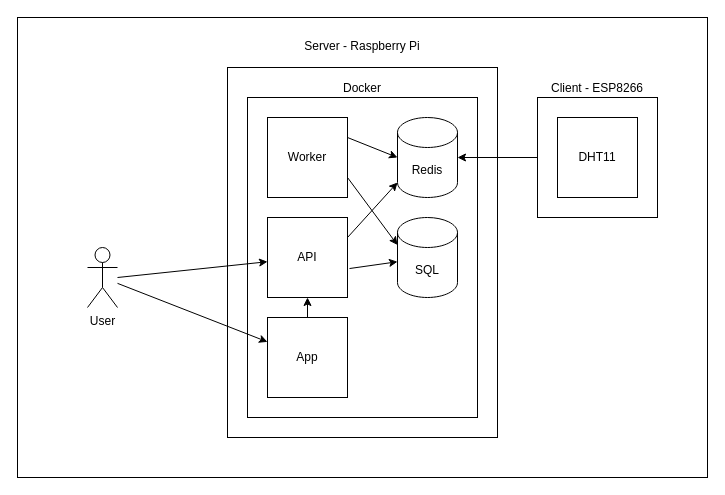
Before: docs/fig1.drawio in cptchloroplast/raspigrow, a draw.io diagram. Source tidied: cells renumbered, new cells numbered last; positions are measured from the earlier drawing's top-left corner, leaving out a move shared by most shapes. Both pictures are drawn from the tidied source at 100%, with x=0, y=0 at pixel (17, 17).
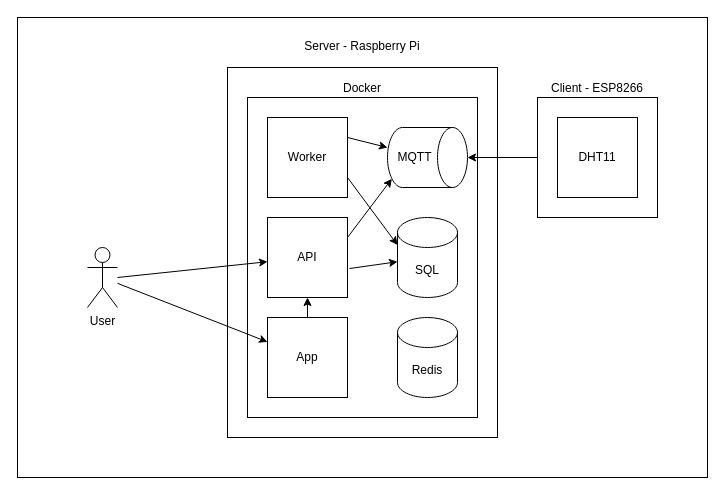
The same page after the edit.

The change refers to these unchanged cells:
```xml
<mxCell id="6" style="group;" parent="4" vertex="1">
  <mxGeometry x="20" y="30" width="230" height="320" as="geometry" />
</mxCell>
<mxCell id="8" value="API" style="whiteSpace=wrap;html=1;" parent="6" vertex="1">
  <mxGeometry x="20" y="120" width="80" height="80" as="geometry" />
</mxCell>
<mxCell id="12" value="Worker" style="whiteSpace=wrap;html=1;" parent="6" vertex="1">
  <mxGeometry x="20" y="20" width="80" height="80" as="geometry" />
</mxCell>
```

What changed in the source:
```diff
@@
-    <mxCell id="9" value="Redis" style="shape=cylinder3;whiteSpace=wrap;html=1;boundedLbl=1;backgroundOutline=1;size=15;rotation=0;" parent="6" vertex="1">
-      <mxGeometry x="150" y="20" width="60" height="80" as="geometry" />
+    <mxCell id="9" value="MQTT" style="shape=cylinder3;whiteSpace=wrap;html=1;boundedLbl=1;backgroundOutline=1;size=15;rotation=0;direction=south;" parent="6" vertex="1">
+      <mxGeometry x="140" y="30" width="80" height="60" as="geometry" />
     </mxCell>
-    <mxCell id="10" style="edgeStyle=none;html=1;exitX=1;exitY=0.25;exitDx=0;exitDy=0;entryX=0;entryY=1;entryDx=0;entryDy=-15;entryPerimeter=0;" parent="6" edge="1" source="8" target="9">
+    <mxCell id="10" style="edgeStyle=none;html=1;exitX=1;exitY=0.25;exitDx=0;exitDy=0;entryX=0.855;entryY=1;entryDx=0;entryDy=-4.35;entryPerimeter=0;" parent="6" edge="1" source="8" target="9">
       <mxGeometry relative="1" as="geometry" />
     </mxCell>
-    <mxCell id="11" style="edgeStyle=none;html=1;exitX=1;exitY=0.25;exitDx=0;exitDy=0;entryX=0;entryY=0.5;entryDx=0;entryDy=0;entryPerimeter=0;" parent="6" edge="1" source="12" target="9">
+    <mxCell id="11" style="edgeStyle=none;html=1;exitX=1;exitY=0.25;exitDx=0;exitDy=0;" parent="6" edge="1" source="12" target="9">
       <mxGeometry relative="1" as="geometry" />
     </mxCell>
@@
+    <mxCell id="24" value="Redis" style="shape=cylinder3;whiteSpace=wrap;html=1;boundedLbl=1;backgroundOutline=1;size=15;" parent="6" vertex="1">
+      <mxGeometry x="150" y="220" width="60" height="80" as="geometry" />
+    </mxCell>
```
